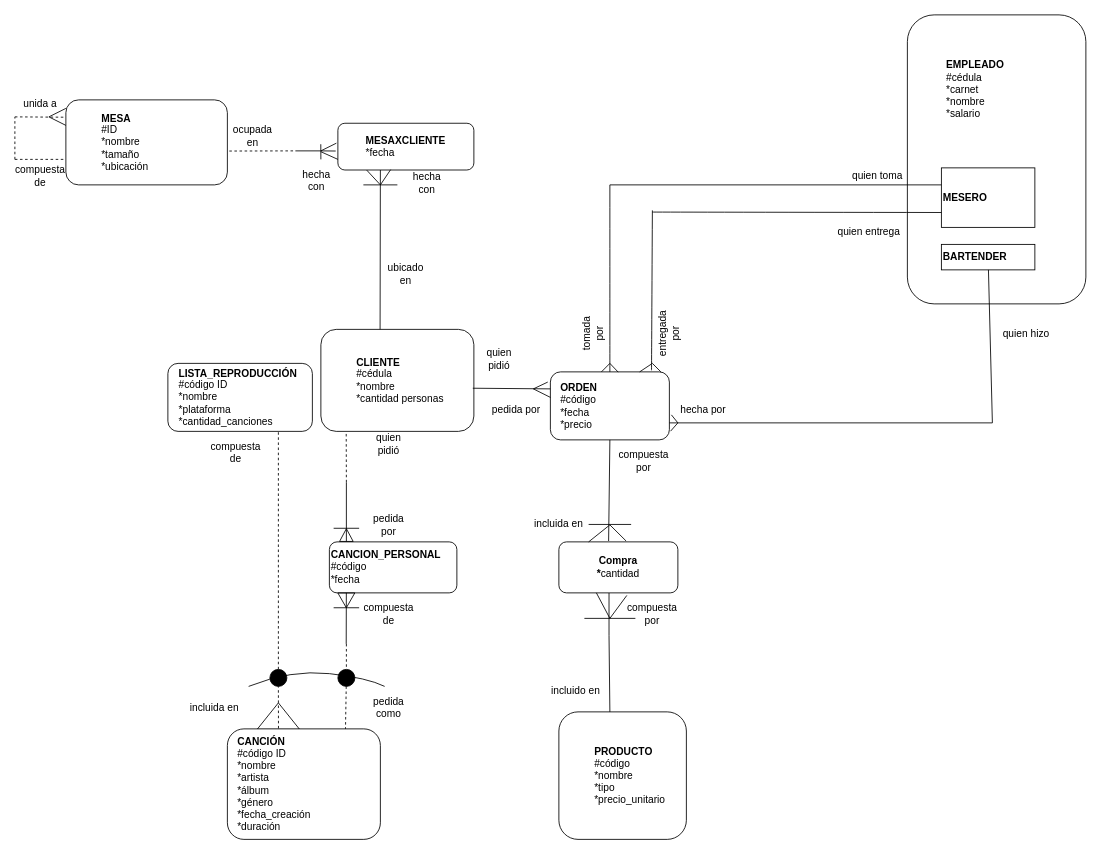
This is Trabajo4/ModeloER.drawio from M1moreno/EntregasBD, a draw.io file, before an edit. Source tidied: cells renumbered, new cells numbered last; positions are measured from the earlier drawing's top-left corner, leaving out a move shared by most shapes. Both pictures are drawn from the tidied source at 85%, with x=0, y=0 at pixel (14, 14). Pictures stored in the file or linked from it are replaced by grey dashed boxes.
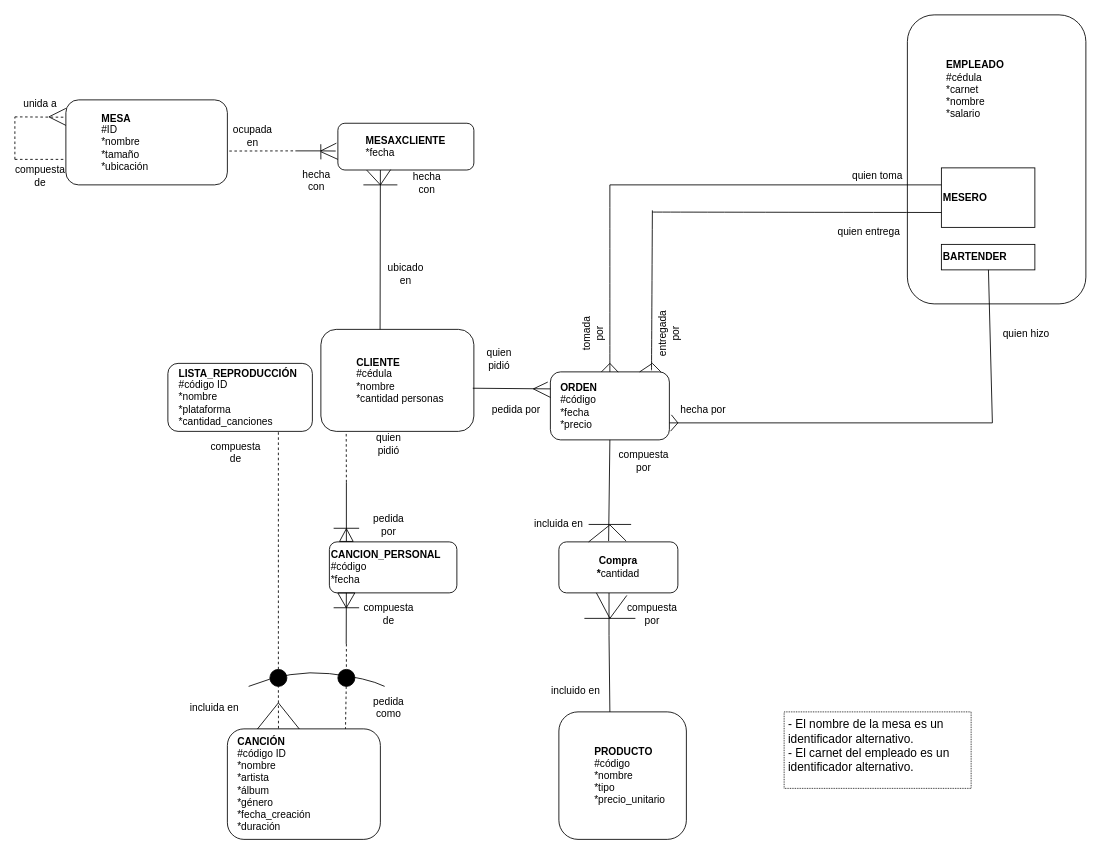
The same diagram, later.

Diff of the diagram source:
```diff
@@
+    <mxCell id="99" style="rounded=0;whiteSpace=wrap;html=1;fillColor=none;dashed=1;dashPattern=1 1;" parent="1" vertex="1">
+      <mxGeometry x="905" y="820" width="220" height="90" as="geometry" />
+    </mxCell>
+    <mxCell id="100" value="&lt;span style=&quot;font-size: 14px&quot;&gt;- El nombre de la mesa es un identificador alternativo.&lt;br&gt;- El carnet del empleado es un identificador alternativo.&lt;br&gt;&lt;/span&gt;" style="text;html=1;strokeColor=none;fillColor=none;align=left;verticalAlign=middle;whiteSpace=wrap;rounded=0;dashed=1;dashPattern=1 1;" parent="1" vertex="1">
+      <mxGeometry x="907.5" y="790" width="215" height="140" as="geometry" />
+    </mxCell>
```
